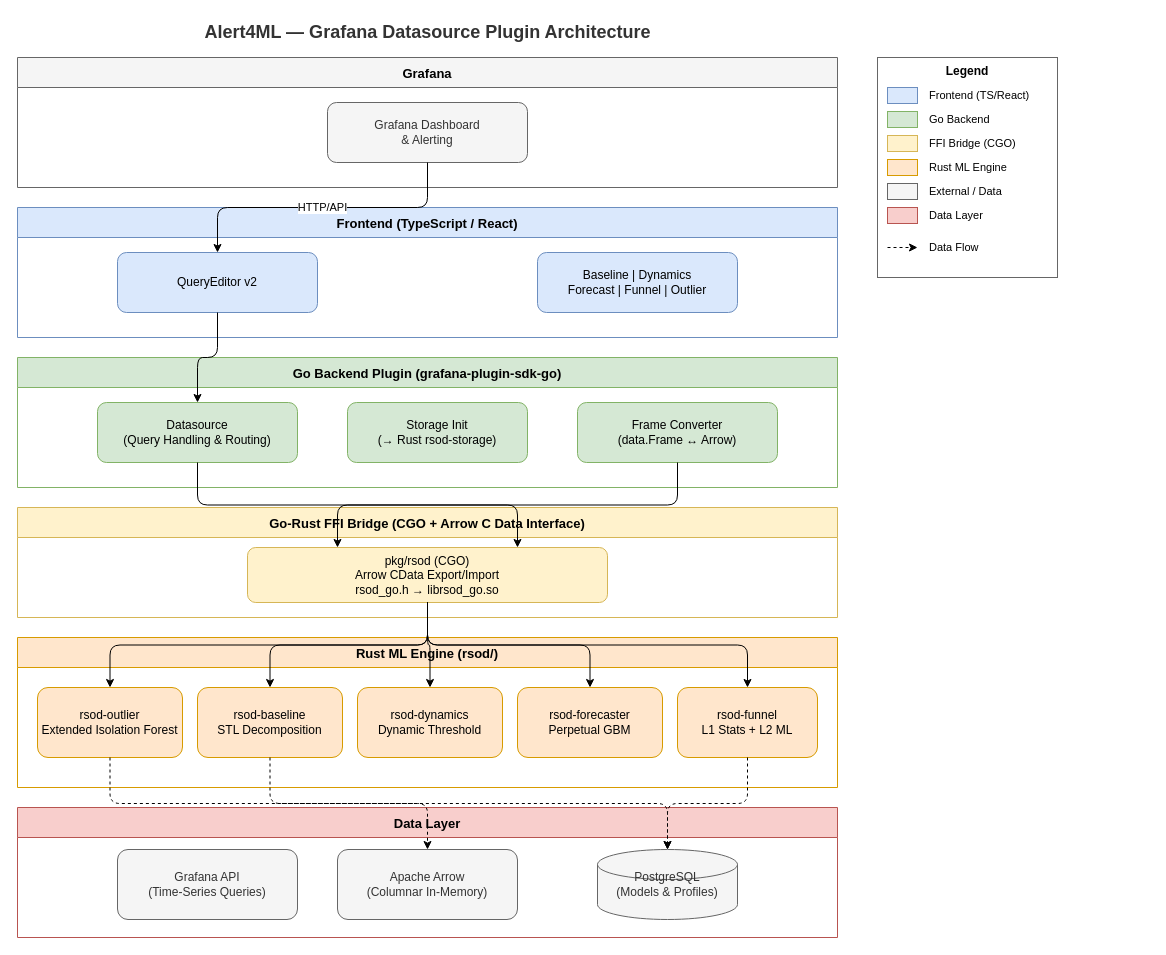
IBUMBLEBEE/grafana-alert4ml-datasource keeps this draw.io diagram as docs/alert4ml-architecture.drawio. Above is the earlier version. Source tidied: cells renumbered, new cells numbered last; positions are measured from the earlier drawing's top-left corner, leaving out a move shared by most shapes. Both pictures are drawn from the tidied source at 100%, with x=0, y=0 at pixel (17, 17).
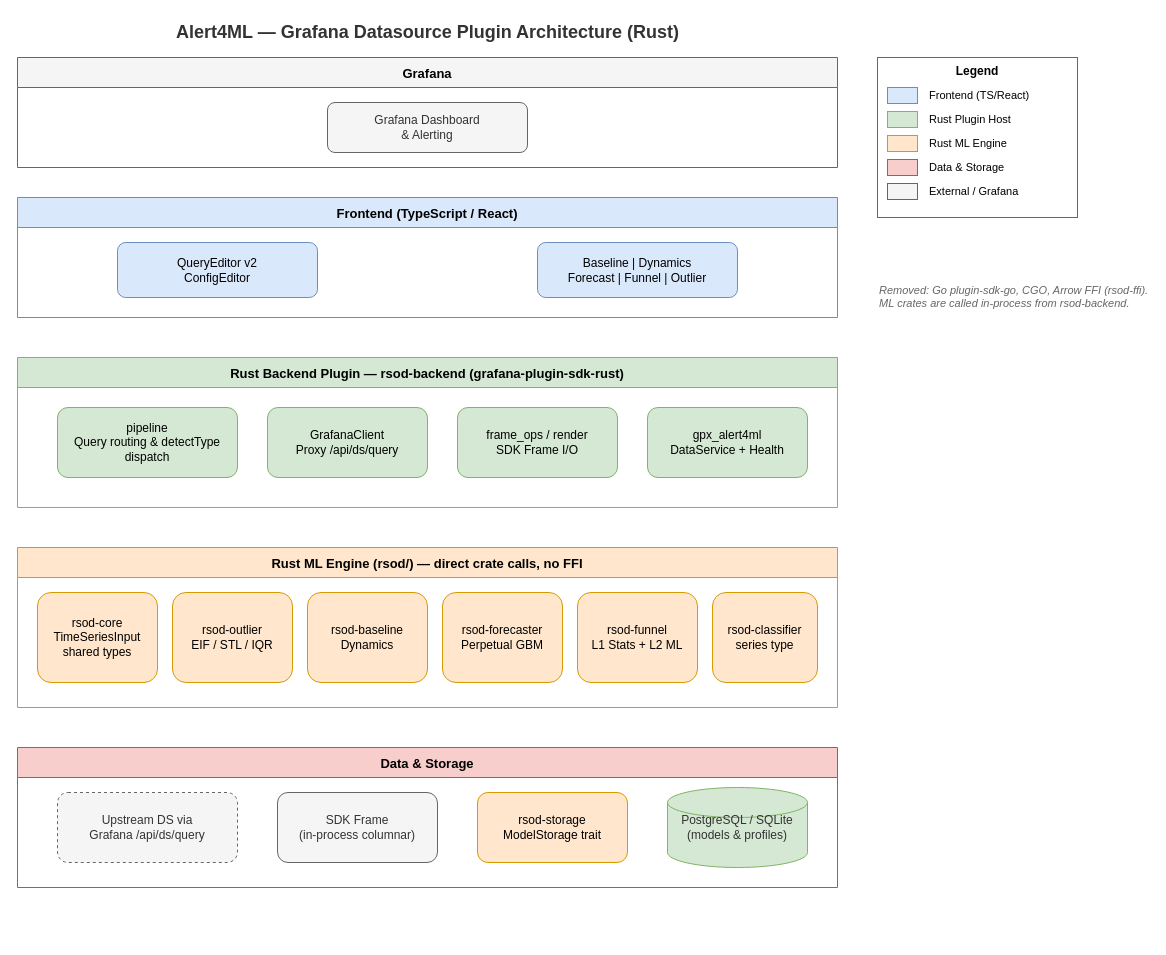
The same page after the edit.

Commit message (it also covers changes not shown here):
docs: update documents for architecture

Diff of the diagram source:
```diff
@@
+    <mxCell id="50" value="Alert4ML — Grafana Datasource Plugin Architecture (Rust)" style="text;html=1;align=center;verticalAlign=middle;fontSize=18;fontStyle=1;fontColor=#333333;" parent="1" vertex="1">
+      <mxGeometry width="820" height="30" as="geometry" />
+    </mxCell>
     <mxCell id="2" value="Grafana" style="swimlane;startSize=30;fillColor=#f5f5f5;strokeColor=#666666;fontStyle=1;fontSize=13;" parent="1" vertex="1">
-      <mxGeometry y="40" width="820" height="130" as="geometry" />
+      <mxGeometry y="40" width="820" height="110" as="geometry" />
     </mxCell>
-    <mxCell id="3" value="Grafana Dashboard&lt;br&gt;&amp; Alerting" style="rounded=1;whiteSpace=wrap;html=1;fillColor=#f5f5f5;strokeColor=#666666;fontColor=#333333;" parent="2" vertex="1">
-      <mxGeometry x="310" y="45" width="200" height="60" as="geometry" />
+    <mxCell id="3" value="Grafana Dashboard&#10;&amp; Alerting" style="rounded=1;whiteSpace=wrap;html=1;fillColor=#f5f5f5;strokeColor=#666666;fontColor=#333333;" parent="2" vertex="1">
+      <mxGeometry x="310" y="45" width="200" height="50" as="geometry" />
     </mxCell>
     <mxCell id="4" value="Frontend (TypeScript / React)" style="swimlane;startSize=30;fillColor=#dae8fc;strokeColor=#6c8ebf;fontStyle=1;fontSize=13;" parent="1" vertex="1">
-      <mxGeometry y="190" width="820" height="130" as="geometry" />
+      <mxGeometry y="180" width="820" height="120" as="geometry" />
     </mxCell>
-    <mxCell id="5" value="QueryEditor v2" style="rounded=1;whiteSpace=wrap;html=1;fillColor=#dae8fc;strokeColor=#6c8ebf;" parent="4" vertex="1">
-      <mxGeometry x="100" y="45" width="200" height="60" as="geometry" />
+    <mxCell id="5" value="QueryEditor v2&#10;ConfigEditor" style="rounded=1;whiteSpace=wrap;html=1;fillColor=#dae8fc;strokeColor=#6c8ebf;" parent="4" vertex="1">
+      <mxGeometry x="100" y="45" width="200" height="55" as="geometry" />
     </mxCell>
-    <mxCell id="6" value="Baseline | Dynamics&lt;br&gt;Forecast | Funnel | Outlier" style="rounded=1;whiteSpace=wrap;html=1;fillColor=#dae8fc;strokeColor=#6c8ebf;" parent="4" vertex="1">
-      <mxGeometry x="520" y="45" width="200" height="60" as="geometry" />
+    <mxCell id="6" value="Baseline | Dynamics&#10;Forecast | Funnel | Outlier" style="rounded=1;whiteSpace=wrap;html=1;fillColor=#dae8fc;strokeColor=#6c8ebf;" parent="4" vertex="1">
+      <mxGeometry x="520" y="45" width="200" height="55" as="geometry" />
     </mxCell>
-    <mxCell id="7" value="HTTP/API" style="edgeStyle=orthogonalEdgeStyle;rounded=1;jettySize=auto;html=1;exitX=0.5;exitY=1;entryX=0.5;entryY=0;" parent="1" edge="1" source="3" target="5">
-      <mxGeometry relative="1" as="geometry" />
-    </mxCell>
-    <mxCell id="8" value="Go Backend Plugin (grafana-plugin-sdk-go)" style="swimlane;startSize=30;fillColor=#d5e8d4;strokeColor=#82b366;fontStyle=1;fontSize=13;" parent="1" vertex="1">
-      <mxGeometry y="340" width="820" height="130" as="geometry" />
-    </mxCell>
-    <mxCell id="9" value="Datasource&lt;br&gt;(Query Handling &amp; Routing)" style="rounded=1;whiteSpace=wrap;html=1;fillColor=#d5e8d4;strokeColor=#82b366;" parent="8" vertex="1">
-      <mxGeometry x="80" y="45" width="200" height="60" as="geometry" />
-    </mxCell>
-    <mxCell id="10" value="Storage Init&lt;br&gt;(→ Rust rsod-storage)" style="rounded=1;whiteSpace=wrap;html=1;fillColor=#d5e8d4;strokeColor=#82b366;" parent="8" vertex="1">
-      <mxGeometry x="330" y="45" width="180" height="60" as="geometry" />
-    </mxCell>
-    <mxCell id="11" value="Frame Converter&lt;br&gt;(data.Frame ↔ Arrow)" style="rounded=1;whiteSpace=wrap;html=1;fillColor=#d5e8d4;strokeColor=#82b366;" parent="8" vertex="1">
-      <mxGeometry x="560" y="45" width="200" height="60" as="geometry" />
-    </mxCell>
-    <mxCell id="12" style="edgeStyle=orthogonalEdgeStyle;rounded=1;jettySize=auto;html=1;exitX=0.5;exitY=1;entryX=0.5;entryY=0;" parent="1" edge="1" source="5" target="9">
-      <mxGeometry relative="1" as="geometry" />
-    </mxCell>
-    <mxCell id="13" value="Go-Rust FFI Bridge (CGO + Arrow C Data Interface)" style="swimlane;startSize=30;fillColor=#fff2cc;strokeColor=#d6b656;fontStyle=1;fontSize=13;" parent="1" vertex="1">
-      <mxGeometry y="490" width="820" height="110" as="geometry" />
-    </mxCell>
-    <mxCell id="14" value="pkg/rsod (CGO)&lt;br&gt;Arrow CData Export/Import&lt;br&gt;rsod_go.h → librsod_go.so" style="rounded=1;whiteSpace=wrap;html=1;fillColor=#fff2cc;strokeColor=#d6b656;" parent="13" vertex="1">
-      <mxGeometry x="230" y="40" width="360" height="55" as="geometry" />
-    </mxCell>
-    <mxCell id="15" style="edgeStyle=orthogonalEdgeStyle;rounded=1;jettySize=auto;html=1;exitX=0.5;exitY=1;entryX=0.25;entryY=0;" parent="1" edge="1" source="11" target="14">
-      <mxGeometry relative="1" as="geometry" />
-    </mxCell>
-    <mxCell id="16" style="edgeStyle=orthogonalEdgeStyle;rounded=1;jettySize=auto;html=1;exitX=0.5;exitY=1;entryX=0.75;entryY=0;" parent="1" edge="1" source="9" target="14">
-      <mxGeometry relative="1" as="geometry" />
-    </mxCell>
-    <mxCell id="17" value="Rust ML Engine (rsod/)" style="swimlane;startSize=30;fillColor=#ffe6cc;strokeColor=#d79b00;fontStyle=1;fontSize=13;" parent="1" vertex="1">
-      <mxGeometry y="620" width="820" height="150" as="geometry" />
-    </mxCell>
-    <mxCell id="18" value="rsod-outlier&lt;br&gt;Extended Isolation Forest" style="rounded=1;whiteSpace=wrap;html=1;fillColor=#ffe6cc;strokeColor=#d79b00;" parent="17" vertex="1">
-      <mxGeometry x="20" y="50" width="145" height="70" as="geometry" />
-    </mxCell>
-    <mxCell id="19" value="rsod-baseline&lt;br&gt;STL Decomposition" style="rounded=1;whiteSpace=wrap;html=1;fillColor=#ffe6cc;strokeColor=#d79b00;" parent="17" vertex="1">
-      <mxGeometry x="180" y="50" width="145" height="70" as="geometry" />
-    </mxCell>
-    <mxCell id="20" value="rsod-dynamics&lt;br&gt;Dynamic Threshold" style="rounded=1;whiteSpace=wrap;html=1;fillColor=#ffe6cc;strokeColor=#d79b00;" parent="17" vertex="1">
-      <mxGeometry x="340" y="50" width="145" height="70" as="geometry" />
-    </mxCell>
+    <mxCell id="51" value="Rust Backend Plugin — rsod-backend (grafana-plugin-sdk-rust)" style="swimlane;startSize=30;fillColor=#d5e8d4;strokeColor=#82b366;fontStyle=1;fontSize=13;" parent="1" vertex="1">
+      <mxGeometry y="340" width="820" height="150" as="geometry" />
+    </mxCell>
+    <mxCell id="52" value="pipeline&#10;Query routing &amp; detectType dispatch" style="rounded=1;whiteSpace=wrap;html=1;fillColor=#d5e8d4;strokeColor=#82b366;" parent="51" vertex="1">
+      <mxGeometry x="40" y="50" width="180" height="70" as="geometry" />
+    </mxCell>
+    <mxCell id="53" value="GrafanaClient&#10;Proxy /api/ds/query" style="rounded=1;whiteSpace=wrap;html=1;fillColor=#d5e8d4;strokeColor=#82b366;" parent="51" vertex="1">
+      <mxGeometry x="250" y="50" width="160" height="70" as="geometry" />
+    </mxCell>
+    <mxCell id="54" value="frame_ops / render&#10;SDK Frame I/O" style="rounded=1;whiteSpace=wrap;html=1;fillColor=#d5e8d4;strokeColor=#82b366;" parent="51" vertex="1">
+      <mxGeometry x="440" y="50" width="160" height="70" as="geometry" />
+    </mxCell>
+    <mxCell id="55" value="gpx_alert4ml&#10;DataService + Health" style="rounded=1;whiteSpace=wrap;html=1;fillColor=#d5e8d4;strokeColor=#82b366;" parent="51" vertex="1">
+      <mxGeometry x="630" y="50" width="160" height="70" as="geometry" />
+    </mxCell>
+    <mxCell id="56" value="Rust ML Engine (rsod/) — direct crate calls, no FFI" style="swimlane;startSize=30;fillColor=#ffe6cc;strokeColor=#d79b00;fontStyle=1;fontSize=13;" parent="1" vertex="1">
+      <mxGeometry y="530" width="820" height="160" as="geometry" />
+    </mxCell>
+    <mxCell id="57" value="rsod-core&#10;TimeSeriesInput&#10;shared types" style="rounded=1;whiteSpace=wrap;html=1;fillColor=#ffe6cc;strokeColor=#d79b00;" parent="56" vertex="1">
+      <mxGeometry x="20" y="45" width="120" height="90" as="geometry" />
+    </mxCell>
+    <mxCell id="58" value="rsod-outlier&#10;EIF / STL / IQR" style="rounded=1;whiteSpace=wrap;html=1;fillColor=#ffe6cc;strokeColor=#d79b00;" parent="56" vertex="1">
+      <mxGeometry x="155" y="45" width="120" height="90" as="geometry" />
+    </mxCell>
+    <mxCell id="59" value="rsod-baseline&#10;Dynamics" style="rounded=1;whiteSpace=wrap;html=1;fillColor=#ffe6cc;strokeColor=#d79b00;" parent="56" vertex="1">
+      <mxGeometry x="290" y="45" width="120" height="90" as="geometry" />
+    </mxCell>
-    <mxCell id="21" value="rsod-forecaster&lt;br&gt;Perpetual GBM" style="rounded=1;whiteSpace=wrap;html=1;fillColor=#ffe6cc;strokeColor=#d79b00;" parent="17" vertex="1">
-      <mxGeometry x="500" y="50" width="145" height="70" as="geometry" />
+    <mxCell id="21" value="rsod-forecaster&#10;Perpetual GBM" style="rounded=1;whiteSpace=wrap;html=1;fillColor=#ffe6cc;strokeColor=#d79b00;" parent="56" vertex="1">
+      <mxGeometry x="425" y="45" width="120" height="90" as="geometry" />
     </mxCell>
-    <mxCell id="22" value="rsod-funnel&lt;br&gt;L1 Stats + L2 ML" style="rounded=1;whiteSpace=wrap;html=1;fillColor=#ffe6cc;strokeColor=#d79b00;" parent="17" vertex="1">
-      <mxGeometry x="660" y="50" width="140" height="70" as="geometry" />
+    <mxCell id="22" value="rsod-funnel&#10;L1 Stats + L2 ML" style="rounded=1;whiteSpace=wrap;html=1;fillColor=#ffe6cc;strokeColor=#d79b00;" parent="56" vertex="1">
+      <mxGeometry x="560" y="45" width="120" height="90" as="geometry" />
     </mxCell>
-    <mxCell id="23" style="edgeStyle=orthogonalEdgeStyle;rounded=1;jettySize=auto;html=1;exitX=0.5;exitY=1;entryX=0.5;entryY=0;" parent="1" edge="1" source="14" target="18">
-      <mxGeometry relative="1" as="geometry" />
-    </mxCell>
-    <mxCell id="24" style="edgeStyle=orthogonalEdgeStyle;rounded=1;jettySize=auto;html=1;exitX=0.5;exitY=1;entryX=0.5;entryY=0;" parent="1" edge="1" source="14" target="19">
-      <mxGeometry relative="1" as="geometry" />
-    </mxCell>
-    <mxCell id="25" style="edgeStyle=orthogonalEdgeStyle;rounded=1;jettySize=auto;html=1;exitX=0.5;exitY=1;entryX=0.5;entryY=0;" parent="1" edge="1" source="14" target="20">
-      <mxGeometry relative="1" as="geometry" />
-    </mxCell>
-    <mxCell id="26" style="edgeStyle=orthogonalEdgeStyle;rounded=1;jettySize=auto;html=1;exitX=0.5;exitY=1;entryX=0.5;entryY=0;" parent="1" edge="1" source="14" target="21">
-      <mxGeometry relative="1" as="geometry" />
-    </mxCell>
-    <mxCell id="27" style="edgeStyle=orthogonalEdgeStyle;rounded=1;jettySize=auto;html=1;exitX=0.5;exitY=1;entryX=0.5;entryY=0;" parent="1" edge="1" source="14" target="22">
-      <mxGeometry relative="1" as="geometry" />
-    </mxCell>
+    <mxCell id="60" value="rsod-classifier&#10;series type" style="rounded=1;whiteSpace=wrap;html=1;fillColor=#ffe6cc;strokeColor=#d79b00;" parent="56" vertex="1">
+      <mxGeometry x="695" y="45" width="105" height="90" as="geometry" />
+    </mxCell>
-    <mxCell id="28" value="Data Layer" style="swimlane;startSize=30;fillColor=#f8cecc;strokeColor=#b85450;fontStyle=1;fontSize=13;" parent="1" vertex="1">
-      <mxGeometry y="790" width="820" height="130" as="geometry" />
+    <mxCell id="28" value="Data &amp; Storage" style="swimlane;startSize=30;fillColor=#f8cecc;strokeColor=#b85450;fontStyle=1;fontSize=13;" parent="1" vertex="1">
+      <mxGeometry y="730" width="820" height="140" as="geometry" />
     </mxCell>
-    <mxCell id="29" value="Grafana API&lt;br&gt;(Time-Series Queries)" style="rounded=1;whiteSpace=wrap;html=1;fillColor=#f5f5f5;strokeColor=#666666;fontColor=#333333;" parent="28" vertex="1">
-      <mxGeometry x="100" y="42" width="180" height="70" as="geometry" />
+    <mxCell id="29" value="Upstream DS via&#10;Grafana /api/ds/query" style="rounded=1;whiteSpace=wrap;html=1;fillColor=#f5f5f5;strokeColor=#666666;fontColor=#333333;dashed=1;" parent="28" vertex="1">
+      <mxGeometry x="40" y="45" width="180" height="70" as="geometry" />
     </mxCell>
-    <mxCell id="30" value="Apache Arrow&lt;br&gt;(Columnar In-Memory)" style="rounded=1;whiteSpace=wrap;html=1;fillColor=#f5f5f5;strokeColor=#666666;fontColor=#333333;" parent="28" vertex="1">
-      <mxGeometry x="320" y="42" width="180" height="70" as="geometry" />
-    </mxCell>
+    <mxCell id="61" value="SDK Frame&#10;(in-process columnar)" style="rounded=1;whiteSpace=wrap;html=1;fillColor=#f5f5f5;strokeColor=#666666;fontColor=#333333;" parent="28" vertex="1">
+      <mxGeometry x="260" y="45" width="160" height="70" as="geometry" />
+    </mxCell>
+    <mxCell id="62" value="rsod-storage&#10;ModelStorage trait" style="rounded=1;whiteSpace=wrap;html=1;fillColor=#ffe6cc;strokeColor=#d79b00;" parent="28" vertex="1">
+      <mxGeometry x="460" y="45" width="150" height="70" as="geometry" />
+    </mxCell>
-    <mxCell id="31" value="PostgreSQL&lt;br&gt;(Models &amp; Profiles)" style="shape=cylinder3;whiteSpace=wrap;html=1;fillColor=#f5f5f5;strokeColor=#666666;fontColor=#333333;size=15;" parent="28" vertex="1">
-      <mxGeometry x="580" y="42" width="140" height="70" as="geometry" />
+    <mxCell id="31" value="PostgreSQL / SQLite&#10;(models &amp; profiles)" style="shape=cylinder3;whiteSpace=wrap;html=1;fillColor=#d5e8d4;strokeColor=#82b366;fontColor=#333333;size=15;" parent="28" vertex="1">
+      <mxGeometry x="650" y="40" width="140" height="80" as="geometry" />
     </mxCell>
-    <mxCell id="32" style="edgeStyle=orthogonalEdgeStyle;rounded=1;jettySize=auto;html=1;dashed=1;exitX=0.5;exitY=1;entryX=0.5;entryY=0;" parent="1" edge="1" source="18" target="30">
-      <mxGeometry relative="1" as="geometry" />
-    </mxCell>
-    <mxCell id="33" style="edgeStyle=orthogonalEdgeStyle;rounded=1;jettySize=auto;html=1;dashed=1;exitX=0.5;exitY=1;entryX=0.5;entryY=0;" parent="1" edge="1" source="19" target="31">
-      <mxGeometry relative="1" as="geometry" />
-    </mxCell>
-    <mxCell id="34" style="edgeStyle=orthogonalEdgeStyle;rounded=1;jettySize=auto;html=1;dashed=1;exitX=0.5;exitY=1;entryX=0.5;entryY=0;" parent="1" edge="1" source="22" target="31">
-      <mxGeometry relative="1" as="geometry" />
-    </mxCell>
     <mxCell id="35" value="Legend" style="rounded=0;whiteSpace=wrap;html=1;fillColor=none;strokeColor=#666666;verticalAlign=top;fontStyle=1;fontSize=12;" parent="1" vertex="1">
-      <mxGeometry x="860" y="40" width="180" height="220" as="geometry" />
+      <mxGeometry x="860" y="40" width="200" height="160" as="geometry" />
     </mxCell>
@@
     <mxCell id="37" value="Frontend (TS/React)" style="text;html=1;align=left;verticalAlign=middle;fontSize=11;" parent="35" vertex="1">
-      <mxGeometry x="50" y="28" width="120" height="20" as="geometry" />
+      <mxGeometry x="50" y="28" width="140" height="20" as="geometry" />
     </mxCell>
@@
-    <mxCell id="39" value="Go Backend" style="text;html=1;align=left;verticalAlign=middle;fontSize=11;" parent="35" vertex="1">
-      <mxGeometry x="50" y="52" width="120" height="20" as="geometry" />
+    <mxCell id="39" value="Rust Plugin Host" style="text;html=1;align=left;verticalAlign=middle;fontSize=11;" parent="35" vertex="1">
+      <mxGeometry x="50" y="52" width="140" height="20" as="geometry" />
     </mxCell>
-    <mxCell id="40" style="rounded=0;html=1;fillColor=#fff2cc;strokeColor=#d6b656;" parent="35" vertex="1">
+    <mxCell id="40" style="rounded=0;html=1;fillColor=#ffe6cc;strokeColor=#d79b00;" parent="35" vertex="1">
       <mxGeometry x="10" y="78" width="30" height="16" as="geometry" />
     </mxCell>
-    <mxCell id="41" value="FFI Bridge (CGO)" style="text;html=1;align=left;verticalAlign=middle;fontSize=11;" parent="35" vertex="1">
-      <mxGeometry x="50" y="76" width="120" height="20" as="geometry" />
+    <mxCell id="41" value="Rust ML Engine" style="text;html=1;align=left;verticalAlign=middle;fontSize=11;" parent="35" vertex="1">
+      <mxGeometry x="50" y="76" width="140" height="20" as="geometry" />
     </mxCell>
-    <mxCell id="42" style="rounded=0;html=1;fillColor=#ffe6cc;strokeColor=#d79b00;" parent="35" vertex="1">
+    <mxCell id="42" style="rounded=0;html=1;fillColor=#f8cecc;strokeColor=#b85450;" parent="35" vertex="1">
       <mxGeometry x="10" y="102" width="30" height="16" as="geometry" />
     </mxCell>
-    <mxCell id="43" value="Rust ML Engine" style="text;html=1;align=left;verticalAlign=middle;fontSize=11;" parent="35" vertex="1">
-      <mxGeometry x="50" y="100" width="120" height="20" as="geometry" />
+    <mxCell id="43" value="Data &amp; Storage" style="text;html=1;align=left;verticalAlign=middle;fontSize=11;" parent="35" vertex="1">
+      <mxGeometry x="50" y="100" width="140" height="20" as="geometry" />
     </mxCell>
@@
-    <mxCell id="45" value="External / Data" style="text;html=1;align=left;verticalAlign=middle;fontSize=11;" parent="35" vertex="1">
-      <mxGeometry x="50" y="124" width="120" height="20" as="geometry" />
+    <mxCell id="45" value="External / Grafana" style="text;html=1;align=left;verticalAlign=middle;fontSize=11;" parent="35" vertex="1">
+      <mxGeometry x="50" y="124" width="140" height="20" as="geometry" />
     </mxCell>
-    <mxCell id="46" style="rounded=0;html=1;fillColor=#f8cecc;strokeColor=#b85450;" parent="35" vertex="1">
-      <mxGeometry x="10" y="150" width="30" height="16" as="geometry" />
-    </mxCell>
-    <mxCell id="47" value="Data Layer" style="text;html=1;align=left;verticalAlign=middle;fontSize=11;" parent="35" vertex="1">
-      <mxGeometry x="50" y="148" width="120" height="20" as="geometry" />
-    </mxCell>
-    <mxCell id="48" style="edgeStyle=orthogonalEdgeStyle;rounded=1;html=1;dashed=1;endArrow=classic;" parent="35" edge="1">
-      <mxGeometry relative="1" as="geometry">
-        <mxPoint x="10" y="190" as="sourcePoint" />
-        <mxPoint x="40" y="190" as="targetPoint" />
-      </mxGeometry>
-    </mxCell>
-    <mxCell id="49" value="Data Flow" style="text;html=1;align=left;verticalAlign=middle;fontSize=11;" parent="35" vertex="1">
-      <mxGeometry x="50" y="180" width="120" height="20" as="geometry" />
-    </mxCell>
-    <mxCell id="50" value="Alert4ML — Grafana Datasource Plugin Architecture" style="text;html=1;align=center;verticalAlign=middle;fontSize=18;fontStyle=1;fontColor=#333333;" parent="1" vertex="1">
-      <mxGeometry width="820" height="30" as="geometry" />
-    </mxCell>
+    <mxCell id="63" value="Removed: Go plugin-sdk-go, CGO, Arrow FFI (rsod-ffi).&#10;ML crates are called in-process from rsod-backend." style="text;html=1;align=left;verticalAlign=top;fontSize=11;fontColor=#666666;fontStyle=2;" parent="1" vertex="1">
+      <mxGeometry x="860" y="260" width="220" height="60" as="geometry" />
+    </mxCell>
```
